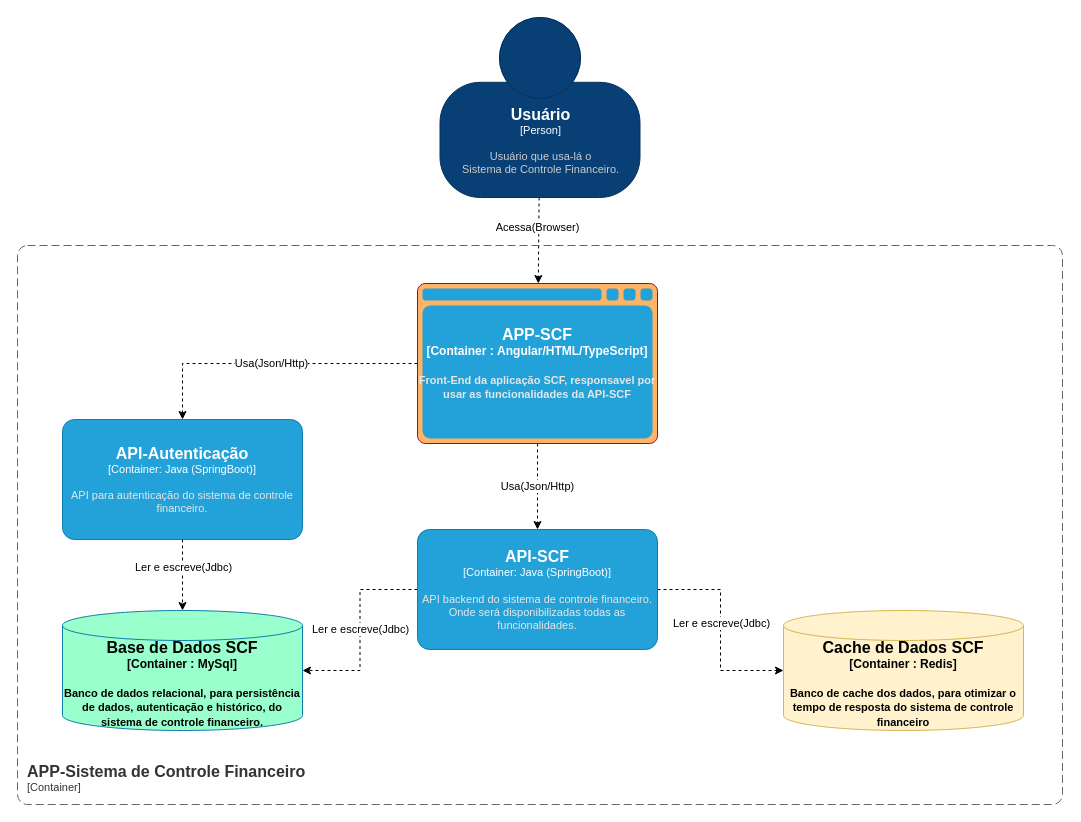
Before: page "Diagrama de Conteiner" (2 of 4) of Arquitetura/Diagramas.drawio in henriquerdq/poc-sistemas-controle-financas, a draw.io diagram. Source tidied: cells renumbered, new cells numbered last; positions are measured from the earlier drawing's top-left corner, leaving out a move shared by most shapes. Both pictures are drawn from the tidied source at 100%, with x=0, y=0 at pixel (17, 17).
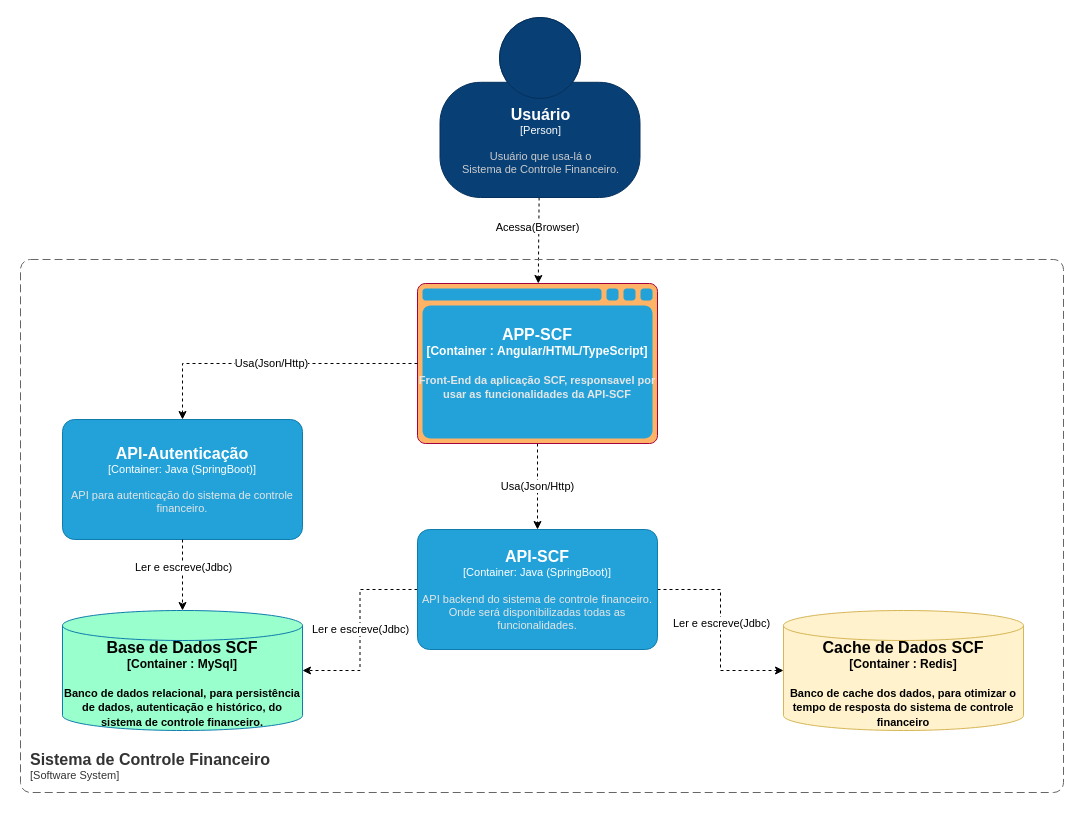
The same diagram, later.

What changed in the source:
```diff
@@
-    <object id="12" label="&lt;font style=&quot;font-size: 16px&quot;&gt;&lt;b&gt;&lt;div style=&quot;text-align: left&quot;&gt;%c4Name%&lt;/div&gt;&lt;/b&gt;&lt;/font&gt;&lt;div style=&quot;text-align: left&quot;&gt;[%c4Application%]&lt;/div&gt;" c4Application="Container" c4Name="APP-Sistema de Controle Financeiro" placeholders="1">
-      <mxCell style="rounded=1;fontSize=11;whiteSpace=wrap;html=1;dashed=1;arcSize=20;fillColor=none;strokeColor=#666666;fontColor=#333333;labelBackgroundColor=none;align=left;verticalAlign=bottom;labelBorderColor=none;spacingTop=0;spacing=10;dashPattern=8 4;perimeter=rectanglePerimeter;noLabel=0;labelPadding=0;absoluteArcSize=1;fillStyle=auto;" parent="1" vertex="1">
-        <mxGeometry y="228" width="1045" height="559" as="geometry" />
-      </mxCell>
-    </object>
@@
+    <object id="19" label="&lt;font style=&quot;font-size: 16px&quot;&gt;&lt;b&gt;&lt;div style=&quot;text-align: left&quot;&gt;%c4Name%&lt;/div&gt;&lt;/b&gt;&lt;/font&gt;&lt;div style=&quot;text-align: left&quot;&gt;[%c4Application%]&lt;/div&gt;" c4Application="Software System" c4Name="Sistema de Controle Financeiro" placeholders="1">
+      <mxCell style="rounded=1;fontSize=11;whiteSpace=wrap;html=1;dashed=1;arcSize=20;fillColor=none;strokeColor=#666666;fontColor=#333333;labelBackgroundColor=none;align=left;verticalAlign=bottom;labelBorderColor=none;spacingTop=0;spacing=10;dashPattern=8 4;perimeter=rectanglePerimeter;noLabel=0;labelPadding=0;absoluteArcSize=1;" parent="1" vertex="1">
+        <mxGeometry x="3" y="242" width="1043" height="533" as="geometry" />
+      </mxCell>
+    </object>
```
